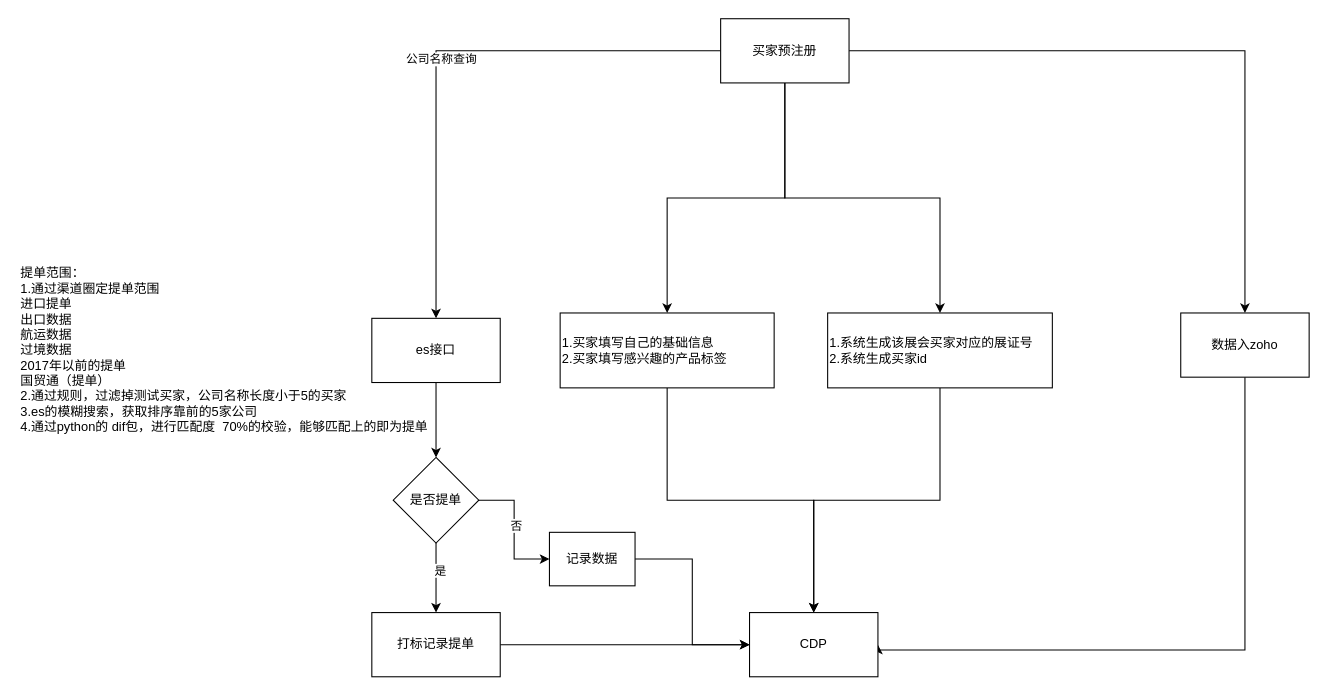
This is 预注册.drawio from HLSO6/draw, a draw.io file, before an edit. Source tidied: cells renumbered, new cells numbered last; positions are measured from the earlier drawing's top-left corner, leaving out a move shared by most shapes. Both pictures are drawn from the tidied source at 107%, with x=0, y=0 at pixel (18, 18).
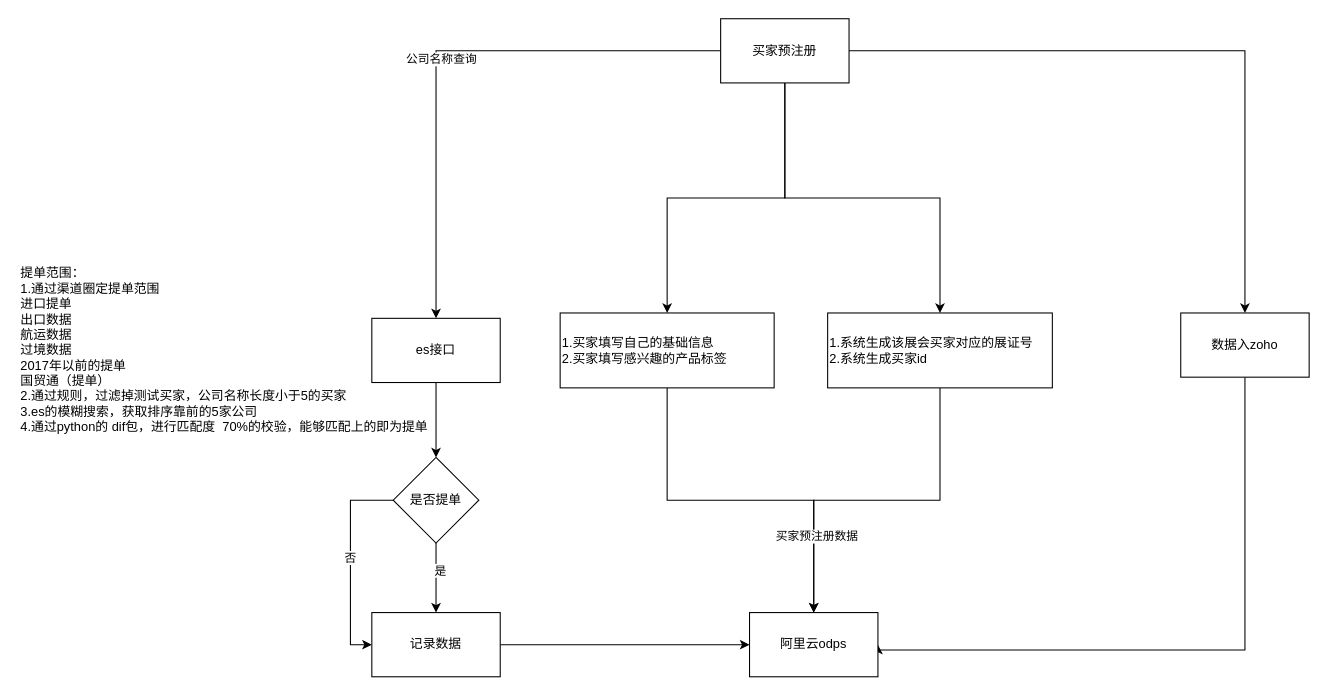
Above is the later version.

Commit message:
更新预注册.drawio

The change refers to these unchanged cells:
```xml
<mxCell id="14" value="是否提单" style="rhombus;whiteSpace=wrap;html=1;rounded=0;" parent="1" vertex="1">
  <mxGeometry x="350" y="410" width="80" height="80" as="geometry" />
</mxCell>
<mxCell id="20" style="edgeStyle=orthogonalEdgeStyle;rounded=0;jettySize=auto;html=1;entryX=0.5;entryY=0;entryDx=0;entryDy=0;" parent="1" edge="1" source="21" target="24">
  <mxGeometry relative="1" as="geometry" />
</mxCell>
```

What changed in the source:
```diff
@@
-    <mxCell id="12" style="edgeStyle=orthogonalEdgeStyle;rounded=0;jettySize=auto;html=1;" parent="1" edge="1" source="14" target="26">
-      <mxGeometry relative="1" as="geometry" />
-    </mxCell>
+    <mxCell id="27" style="edgeStyle=orthogonalEdgeStyle;rounded=0;jettySize=auto;html=1;entryX=0;entryY=0.5;entryDx=0;entryDy=0;" parent="1" edge="1" source="14" target="23">
+      <mxGeometry relative="1" as="geometry">
+        <Array as="points">
+          <mxPoint x="310" y="450" />
+          <mxPoint x="310" y="585" />
+        </Array>
+      </mxGeometry>
+    </mxCell>
-    <mxCell id="13" value="否" style="edgeLabel;html=1;align=center;verticalAlign=middle;" parent="12" vertex="1">
-      <mxGeometry x="-0.07" y="1" relative="1" as="geometry" />
+    <mxCell id="13" value="否" style="edgeLabel;html=1;align=center;verticalAlign=middle;" parent="27" vertex="1">
+      <mxGeometry x="-0.05" y="-1" relative="1" as="geometry" />
     </mxCell>
@@
+    <mxCell id="28" value="买家预注册数据" style="edgeLabel;html=1;align=center;verticalAlign=middle;" parent="20" vertex="1">
+      <mxGeometry x="0.56" y="2" relative="1" as="geometry" />
+    </mxCell>
@@
-    <mxCell id="23" value="打标记录提单" style="whiteSpace=wrap;html=1;rounded=0;" parent="1" vertex="1">
+    <mxCell id="23" value="记录数据" style="whiteSpace=wrap;html=1;rounded=0;" parent="1" vertex="1">
       <mxGeometry x="330" y="555" width="120" height="60" as="geometry" />
     </mxCell>
-    <mxCell id="24" value="CDP" style="rounded=0;whiteSpace=wrap;html=1;" parent="1" vertex="1">
+    <mxCell id="24" value="阿里云odps" style="rounded=0;whiteSpace=wrap;html=1;" parent="1" vertex="1">
       <mxGeometry x="683" y="555" width="120" height="60" as="geometry" />
     </mxCell>
-    <mxCell id="25" style="edgeStyle=orthogonalEdgeStyle;rounded=0;jettySize=auto;html=1;entryX=0;entryY=0.5;entryDx=0;entryDy=0;" parent="1" edge="1" source="26" target="24">
-      <mxGeometry relative="1" as="geometry" />
-    </mxCell>
-    <mxCell id="26" value="记录数据" style="whiteSpace=wrap;html=1;rounded=0;" parent="1" vertex="1">
-      <mxGeometry x="496" y="480" width="80" height="50" as="geometry" />
-    </mxCell>
```
